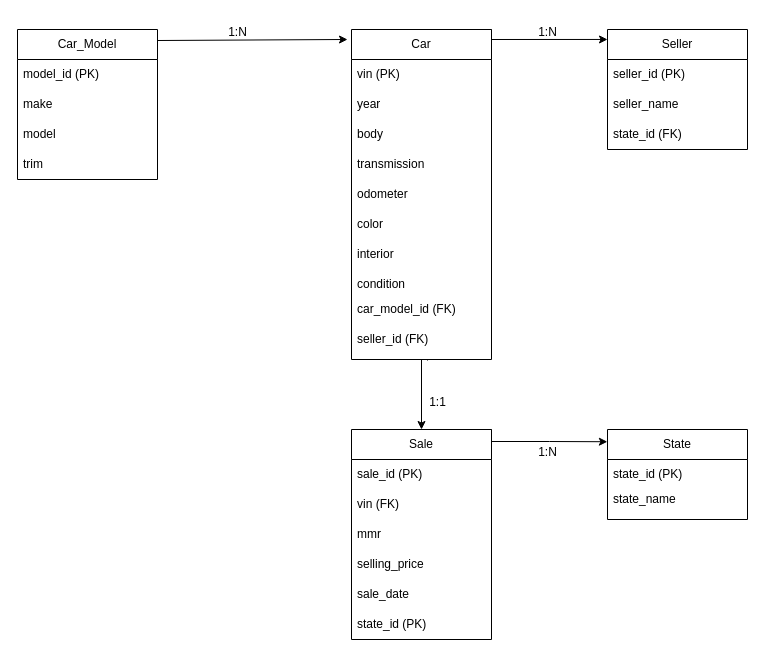
Before: Diagrama sin título.drawio in delacortejm/CoderSQL, a draw.io diagram. Source tidied: cells renumbered, new cells numbered last; positions are measured from the earlier drawing's top-left corner, leaving out a move shared by most shapes. Both pictures are drawn from the tidied source at 100%, with x=0, y=0 at pixel (17, 17).
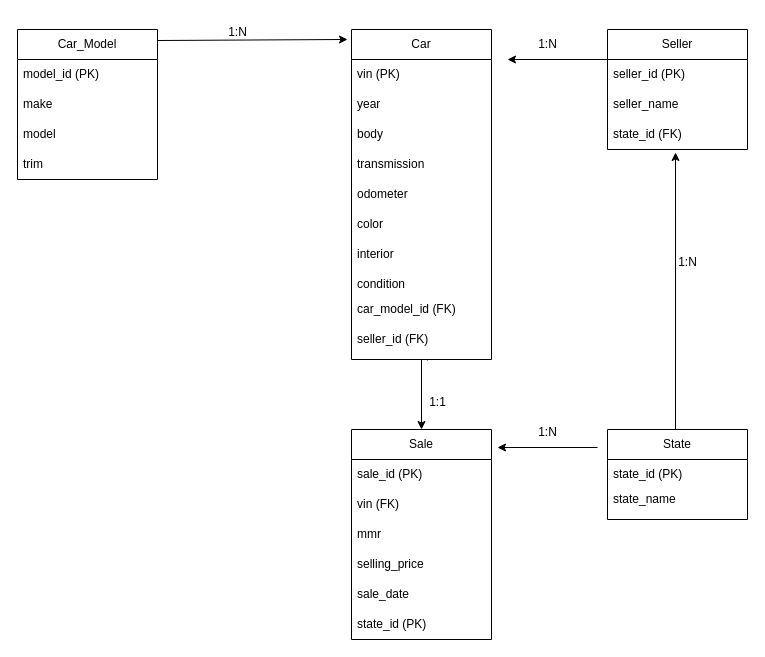
The same page after the edit.

The change refers to these unchanged cells:
```xml
<mxCell id="7" value="Car" style="swimlane;fontStyle=0;horizontal=1;startSize=30;whiteSpace=wrap;html=1;" parent="1" vertex="1">
  <mxGeometry x="334" y="12" width="140" height="330" as="geometry" />
</mxCell>
<mxCell id="18" value="Seller" style="swimlane;fontStyle=0;horizontal=1;startSize=30;whiteSpace=wrap;html=1;" parent="1" vertex="1">
  <mxGeometry x="590" y="12" width="140" height="120" as="geometry" />
</mxCell>
<mxCell id="21" value="state_id (FK)" style="text;strokeColor=none;fillColor=none;align=left;verticalAlign=middle;spacingLeft=4;spacingRight=4;overflow=hidden;points=[[0,0.5],[1,0.5]];portConstraint=eastwest;whiteSpace=wrap;html=1;" parent="18" vertex="1">
  <mxGeometry y="90" width="140" height="30" as="geometry" />
</mxCell>
<mxCell id="22" value="Sale" style="swimlane;fontStyle=0;horizontal=1;startSize=30;whiteSpace=wrap;html=1;" parent="1" vertex="1">
  <mxGeometry x="334" y="412" width="140" height="210" as="geometry" />
</mxCell>
<mxCell id="29" value="State" style="swimlane;fontStyle=0;horizontal=1;startSize=30;whiteSpace=wrap;html=1;" parent="1" vertex="1">
  <mxGeometry x="590" y="412" width="140" height="90" as="geometry" />
</mxCell>
```

The edit, as a diff of the source:
```diff
@@
+    <mxCell id="40" style="edgeStyle=orthogonalEdgeStyle;rounded=0;jettySize=auto;html=1;exitX=0;exitY=0.25;exitDx=0;exitDy=0;" parent="1" edge="1" source="18">
+      <mxGeometry relative="1" as="geometry">
+        <mxPoint x="490" y="42" as="targetPoint" />
+      </mxGeometry>
+    </mxCell>
@@
-    <mxCell id="33" style="edgeStyle=orthogonalEdgeStyle;rounded=0;jettySize=auto;html=1;exitX=1;exitY=0;exitDx=0;exitDy=0;entryX=0;entryY=0.083;entryDx=0;entryDy=0;entryPerimeter=0;" parent="1" edge="1" source="7" target="18">
-      <mxGeometry relative="1" as="geometry">
-        <Array as="points">
-          <mxPoint x="474" y="22" />
-        </Array>
-      </mxGeometry>
-    </mxCell>
@@
     <mxCell id="35" value="1:N" style="text;html=1;align=center;verticalAlign=middle;strokeColor=none;fillColor=none;" parent="1" vertex="1">
-      <mxGeometry x="510" width="40" height="30" as="geometry" />
+      <mxGeometry x="510" y="12" width="40" height="30" as="geometry" />
     </mxCell>
@@
-    <mxCell id="38" style="edgeStyle=orthogonalEdgeStyle;rounded=0;jettySize=auto;html=1;exitX=1;exitY=0;exitDx=0;exitDy=0;entryX=-0.001;entryY=0.136;entryDx=0;entryDy=0;entryPerimeter=0;" parent="1" edge="1" source="22" target="29">
-      <mxGeometry relative="1" as="geometry">
-        <Array as="points">
-          <mxPoint x="474" y="424" />
-          <mxPoint x="532" y="424" />
-        </Array>
-      </mxGeometry>
-    </mxCell>
     <mxCell id="39" value="1:N" style="text;html=1;align=center;verticalAlign=middle;strokeColor=none;fillColor=none;" parent="1" vertex="1">
-      <mxGeometry x="510" y="420" width="40" height="30" as="geometry" />
+      <mxGeometry x="510" y="400" width="40" height="30" as="geometry" />
     </mxCell>
+    <mxCell id="41" style="edgeStyle=orthogonalEdgeStyle;rounded=0;jettySize=auto;html=1;exitX=0.5;exitY=0;exitDx=0;exitDy=0;entryX=0.486;entryY=1.1;entryDx=0;entryDy=0;entryPerimeter=0;" parent="1" edge="1" source="29" target="21">
+      <mxGeometry relative="1" as="geometry">
+        <Array as="points">
+          <mxPoint x="658" y="412" />
+        </Array>
+      </mxGeometry>
+    </mxCell>
+    <mxCell id="42" value="1:N" style="text;html=1;align=center;verticalAlign=middle;strokeColor=none;fillColor=none;" parent="1" vertex="1">
+      <mxGeometry x="650" y="230" width="40" height="30" as="geometry" />
+    </mxCell>
+    <mxCell id="43" style="edgeStyle=orthogonalEdgeStyle;rounded=0;orthogonalLoop=1;jettySize=auto;html=1;exitX=0;exitY=0.25;exitDx=0;exitDy=0;" parent="1" edge="1">
+      <mxGeometry relative="1" as="geometry">
+        <mxPoint x="580" y="430" as="sourcePoint" />
+        <mxPoint x="480" y="430" as="targetPoint" />
+      </mxGeometry>
+    </mxCell>
```
